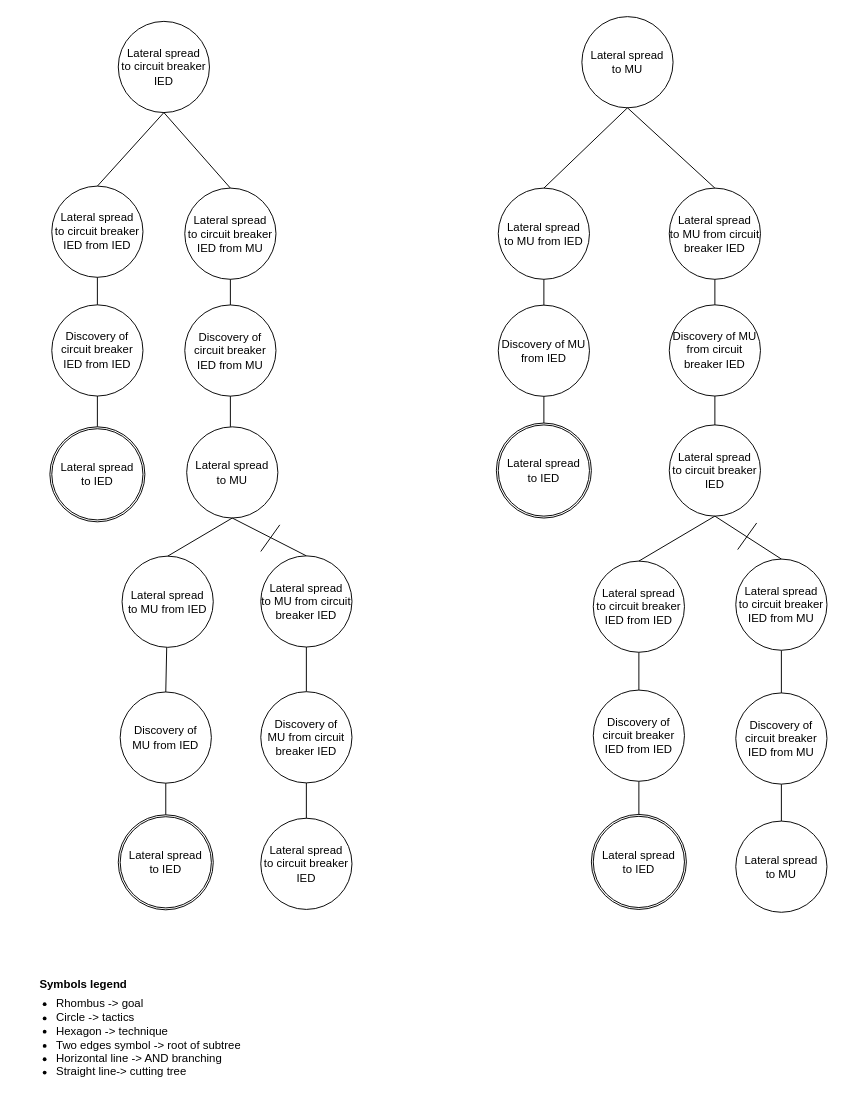
Earlier version of the draw.io diagram drawIO_trees/solution_5_helper_trees_faulty_2.drawio (mihaelM/Attack_trees). Source tidied: cells renumbered, new cells numbered last; positions are measured from the earlier drawing's top-left corner, leaving out a move shared by most shapes. Both pictures are drawn from the tidied source at 95%, with x=0, y=0 at pixel (16, 16).
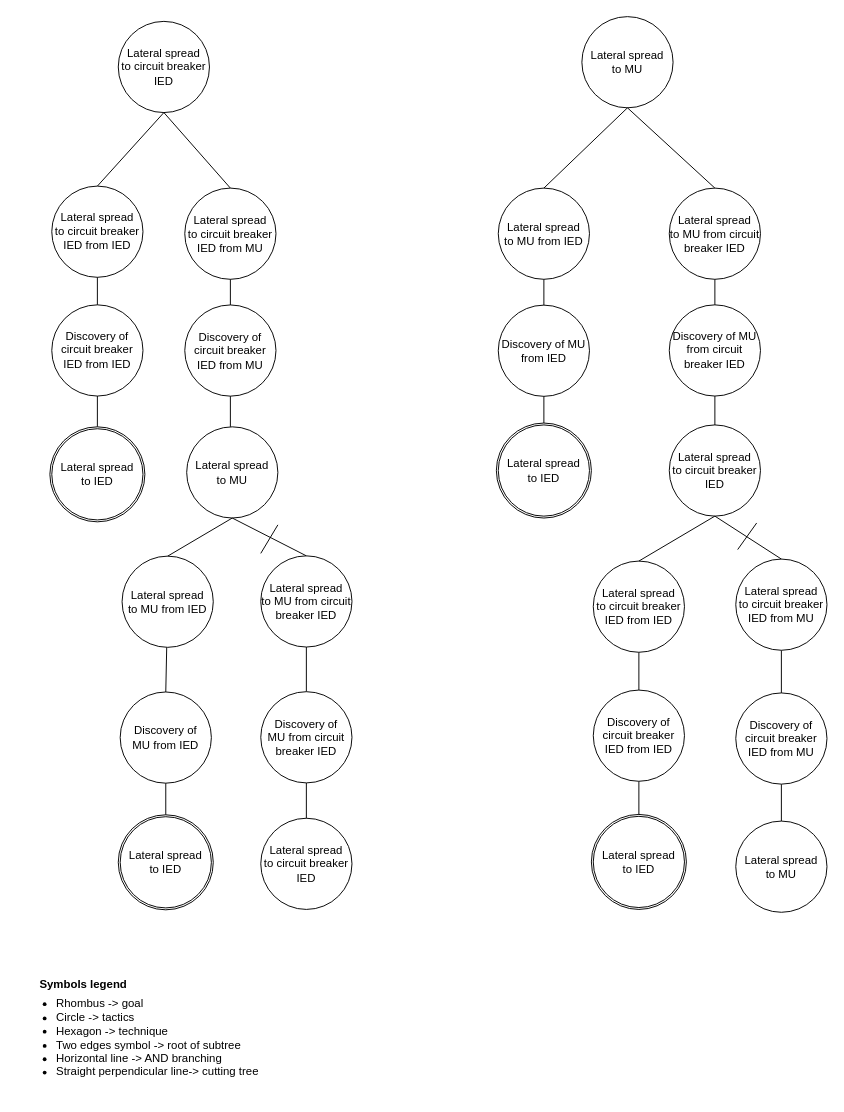
The same page after the edit.

Commit message (it also covers changes not shown here):
updating mup JSON tree and some helper trees

The edit, as a diff of the source:
```diff
@@
-    <mxCell id="3" value="&lt;ul&gt;&lt;li&gt;&lt;span&gt;Rhombus -&amp;gt; goal&lt;/span&gt;&lt;/li&gt;&lt;li&gt;&lt;span&gt;Circle -&amp;gt; tactics&lt;/span&gt;&lt;br&gt;&lt;/li&gt;&lt;li&gt;Hexagon -&amp;gt; technique&lt;/li&gt;&lt;li&gt;Two edges symbol -&amp;gt; root of subtree&lt;/li&gt;&lt;li&gt;&lt;span&gt;Horizontal line -&amp;gt; AND branching&lt;/span&gt;&lt;br&gt;&lt;/li&gt;&lt;li&gt;Straight line-&amp;gt; cutting tree&lt;/li&gt;&lt;/ul&gt;" style="text;strokeColor=none;fillColor=none;html=1;whiteSpace=wrap;verticalAlign=middle;overflow=hidden;fontSize=12;" parent="1" vertex="1">
+    <mxCell id="3" value="&lt;ul&gt;&lt;li&gt;&lt;span&gt;Rhombus -&amp;gt; goal&lt;/span&gt;&lt;/li&gt;&lt;li&gt;&lt;span&gt;Circle -&amp;gt; tactics&lt;/span&gt;&lt;br&gt;&lt;/li&gt;&lt;li&gt;Hexagon -&amp;gt; technique&lt;/li&gt;&lt;li&gt;Two edges symbol -&amp;gt; root of subtree&lt;/li&gt;&lt;li&gt;&lt;span&gt;Horizontal line -&amp;gt; AND branching&lt;/span&gt;&lt;br&gt;&lt;/li&gt;&lt;li&gt;Straight perpendicular line-&amp;gt; cutting tree&lt;/li&gt;&lt;/ul&gt;" style="text;strokeColor=none;fillColor=none;html=1;whiteSpace=wrap;verticalAlign=middle;overflow=hidden;fontSize=12;" parent="1" vertex="1">
       <mxGeometry y="1015" width="260" height="120" as="geometry" />
     </mxCell>
@@
     <mxCell id="42" style="endArrow=none;html=1;rounded=0;" parent="1" edge="1">
       <mxGeometry relative="1" as="geometry">
-        <mxPoint x="257" y="563" as="sourcePoint" />
-        <mxPoint x="277" y="535" as="targetPoint" />
+        <mxPoint x="257" y="565" as="sourcePoint" />
+        <mxPoint x="275" y="535" as="targetPoint" />
       </mxGeometry>
     </mxCell>
```
